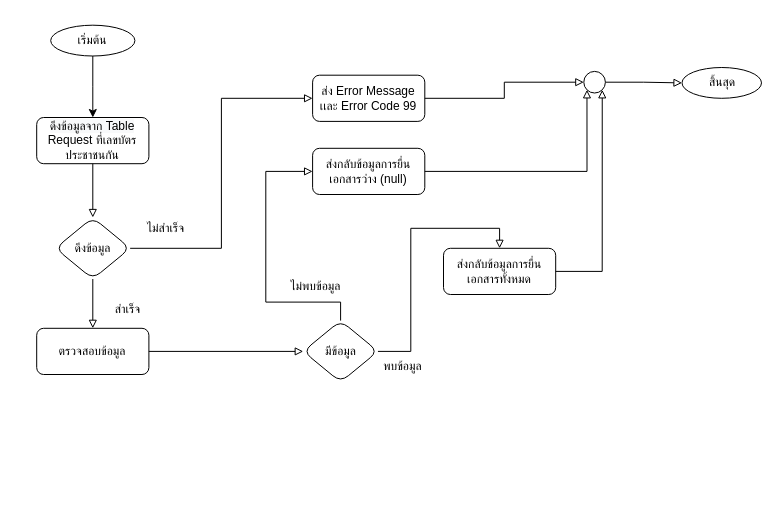
The draw.io diagram getRequestByCitizen.drawio in charifrodmanee/charifrodmanee, before the edit. Source tidied: cells renumbered, new cells numbered last; positions are measured from the earlier drawing's top-left corner, leaving out a move shared by most shapes. Both pictures are drawn from the tidied source at 100%, with x=0, y=0 at pixel (17, 17).
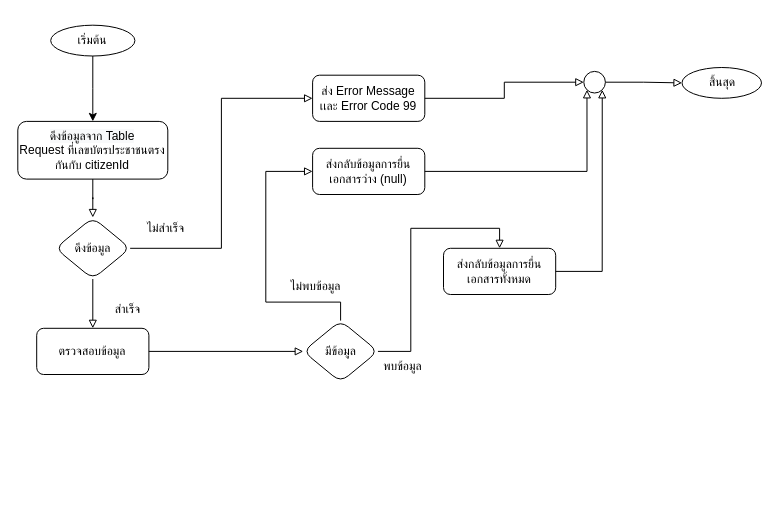
The same page after the edit.

Unchanged cells that the change refers to:
```xml
<mxCell id="3" style="group;" parent="2" vertex="1">
  <mxGeometry x="19.2" y="7.7" width="724.8" height="356.9" as="geometry" />
</mxCell>
```

The edit, as a diff of the source:
```diff
@@
-    <mxCell id="6" value="&lt;span style=&quot;color: rgb(0, 0, 0); font-family: Helvetica; font-size: 12px; font-style: normal; font-variant-ligatures: normal; font-variant-caps: normal; font-weight: 400; letter-spacing: normal; orphans: 2; text-align: center; text-indent: 0px; text-transform: none; widows: 2; word-spacing: 0px; -webkit-text-stroke-width: 0px; background-color: rgb(248, 249, 250); text-decoration-thickness: initial; text-decoration-style: initial; text-decoration-color: initial; float: none; display: inline !important;&quot;&gt;ดึงข้อมูลจาก Table&lt;br&gt;&lt;/span&gt;Request ที่เลขบัตรประชาชนกัน" style="rounded=1;whiteSpace=wrap;html=1;" parent="3" vertex="1">
-      <mxGeometry y="92.3" width="112.2" height="46.2" as="geometry" />
+    <mxCell id="6" value="&lt;span style=&quot;color: rgb(0, 0, 0); font-family: Helvetica; font-size: 12px; font-style: normal; font-variant-ligatures: normal; font-variant-caps: normal; font-weight: 400; letter-spacing: normal; orphans: 2; text-align: center; text-indent: 0px; text-transform: none; widows: 2; word-spacing: 0px; -webkit-text-stroke-width: 0px; background-color: rgb(248, 249, 250); text-decoration-thickness: initial; text-decoration-style: initial; text-decoration-color: initial; float: none; display: inline !important;&quot;&gt;ดึงข้อมูลจาก Table&lt;br&gt;&lt;/span&gt;Request ที่เลขบัตรประชาชนตรงกันกับ citizenId" style="rounded=1;whiteSpace=wrap;html=1;" parent="3" vertex="1">
+      <mxGeometry x="-18.9" y="96.2" width="150" height="57.7" as="geometry" />
     </mxCell>
```
